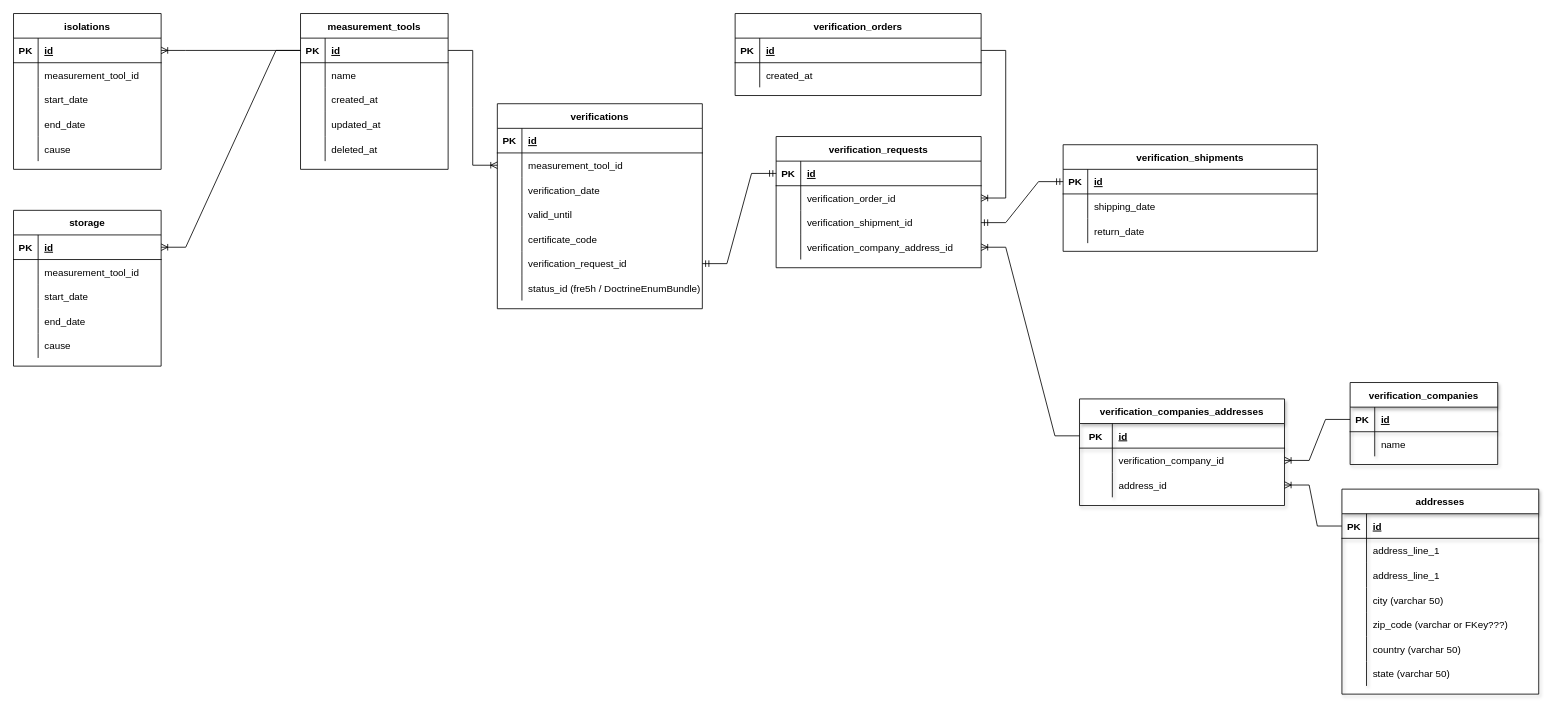
Before: documentation/database_schema.drawio in low-blow/symfony-test, a draw.io diagram. Source tidied: cells renumbered, new cells numbered last; positions are measured from the earlier drawing's top-left corner, leaving out a move shared by most shapes. Both pictures are drawn from the tidied source at 82%, with x=0, y=0 at pixel (13, 13).
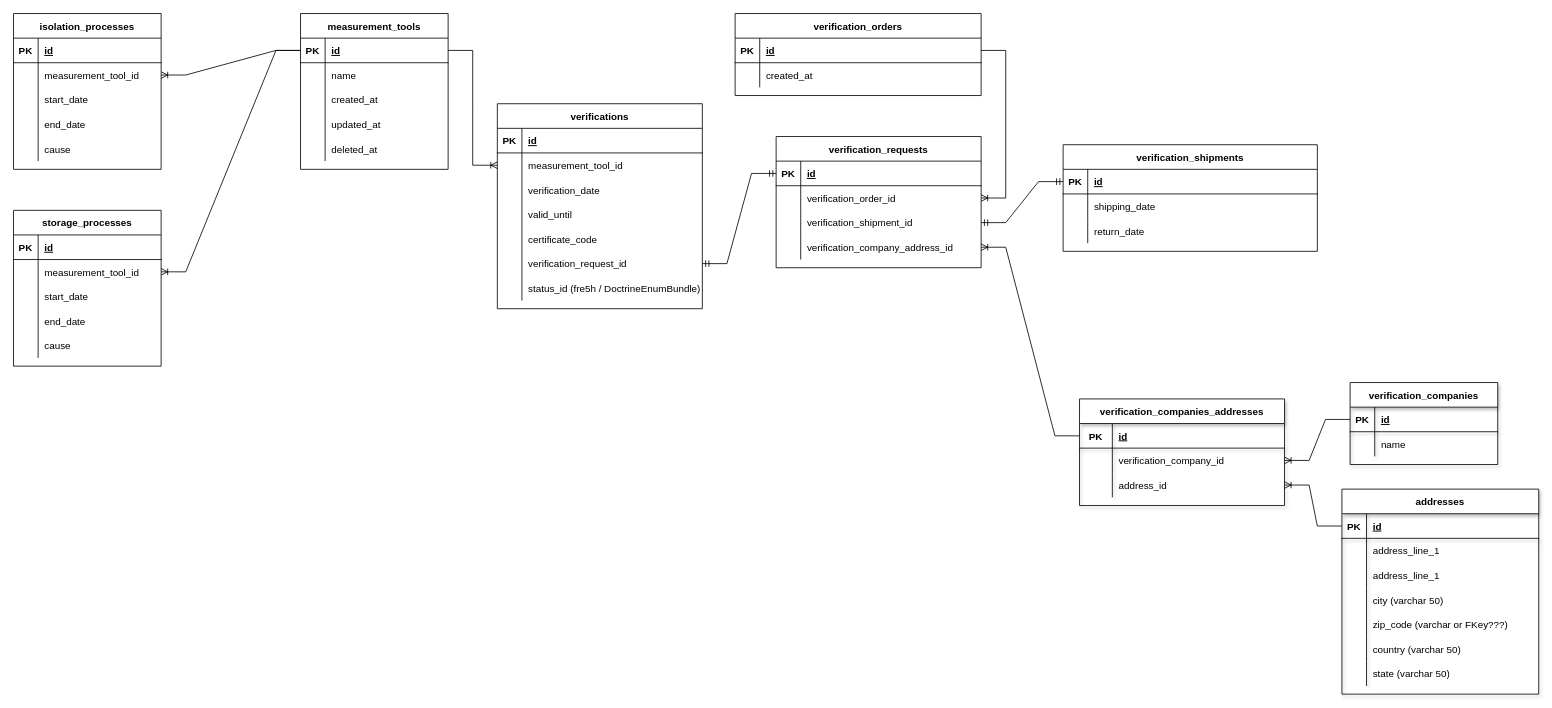
Above is the later version.

Unchanged cells that the change refers to:
```xml
<mxCell id="3" style="shape=tableRow;horizontal=0;startSize=0;swimlaneHead=0;swimlaneBody=0;fillColor=none;points=[[0,0.5],[1,0.5]];portConstraint=eastwest;top=0;left=0;right=0;bottom=1;" parent="2" vertex="1">
  <mxGeometry y="30" width="180" height="30" as="geometry" />
</mxCell>
<mxCell id="118" style="shape=tableRow;horizontal=0;startSize=0;swimlaneHead=0;swimlaneBody=0;fillColor=none;points=[[0,0.5],[1,0.5]];portConstraint=eastwest;top=0;left=0;right=0;bottom=1;" parent="117" vertex="1">
  <mxGeometry y="30" width="180" height="30" as="geometry" />
</mxCell>
<mxCell id="121" style="shape=tableRow;horizontal=0;startSize=0;swimlaneHead=0;swimlaneBody=0;fillColor=none;points=[[0,0.5],[1,0.5]];portConstraint=eastwest;top=0;left=0;right=0;bottom=0;" parent="117" vertex="1">
  <mxGeometry y="60" width="180" height="30" as="geometry" />
</mxCell>
<mxCell id="134" style="shape=tableRow;horizontal=0;startSize=0;swimlaneHead=0;swimlaneBody=0;fillColor=none;points=[[0,0.5],[1,0.5]];portConstraint=eastwest;top=0;left=0;right=0;bottom=1;" parent="133" vertex="1">
  <mxGeometry y="30" width="180" height="30" as="geometry" />
</mxCell>
<mxCell id="137" style="shape=tableRow;horizontal=0;startSize=0;swimlaneHead=0;swimlaneBody=0;fillColor=none;points=[[0,0.5],[1,0.5]];portConstraint=eastwest;top=0;left=0;right=0;bottom=0;" parent="133" vertex="1">
  <mxGeometry y="60" width="180" height="30" as="geometry" />
</mxCell>
```

What changed in the source:
```diff
@@
-    <mxCell id="117" value="isolations" style="shape=table;startSize=30;childLayout=tableLayout;rowLines=0;fontStyle=1;align=center;" parent="1" vertex="1">
+    <mxCell id="117" value="isolation_processes" style="shape=table;startSize=30;childLayout=tableLayout;rowLines=0;fontStyle=1;align=center;" parent="1" vertex="1">
       <mxGeometry width="180" height="190" as="geometry" />
     </mxCell>
@@
-    <mxCell id="133" value="storage" style="shape=table;startSize=30;childLayout=tableLayout;rowLines=0;fontStyle=1;align=center;" parent="1" vertex="1">
+    <mxCell id="133" value="storage_processes" style="shape=table;startSize=30;childLayout=tableLayout;rowLines=0;fontStyle=1;align=center;" parent="1" vertex="1">
       <mxGeometry y="240" width="180" height="190" as="geometry" />
     </mxCell>
@@
-    <mxCell id="149" style="edgeStyle=entityRelationEdgeStyle;fontSize=12;html=1;endArrow=ERoneToMany;rounded=0;" parent="1" edge="1" source="3" target="118">
+    <mxCell id="149" style="edgeStyle=entityRelationEdgeStyle;fontSize=12;html=1;endArrow=ERoneToMany;rounded=0;" parent="1" edge="1" source="3" target="121">
       <mxGeometry relative="1" as="geometry" />
     </mxCell>
-    <mxCell id="150" style="edgeStyle=entityRelationEdgeStyle;fontSize=12;html=1;endArrow=ERoneToMany;rounded=0;" parent="1" edge="1" source="3" target="134">
+    <mxCell id="150" style="edgeStyle=entityRelationEdgeStyle;fontSize=12;html=1;endArrow=ERoneToMany;rounded=0;" parent="1" edge="1" source="3" target="137">
       <mxGeometry relative="1" as="geometry" />
     </mxCell>
```
